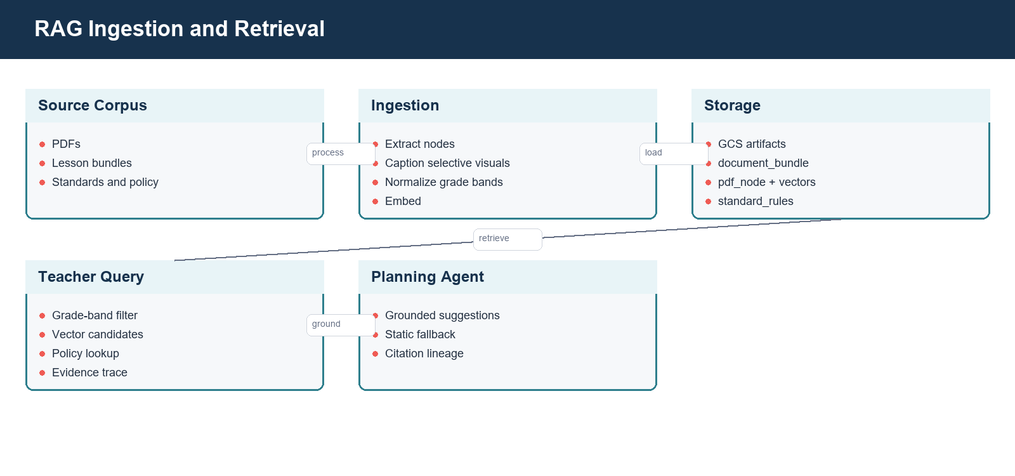
Above: docs/images/handoff/diagram-rag-ingestion-retrieval.png in yujia-l/BrickSmart (Mermaid), before the change. Its source is kept beside it as docs/images/handoff/diagram-rag-ingestion-retrieval.mmd.
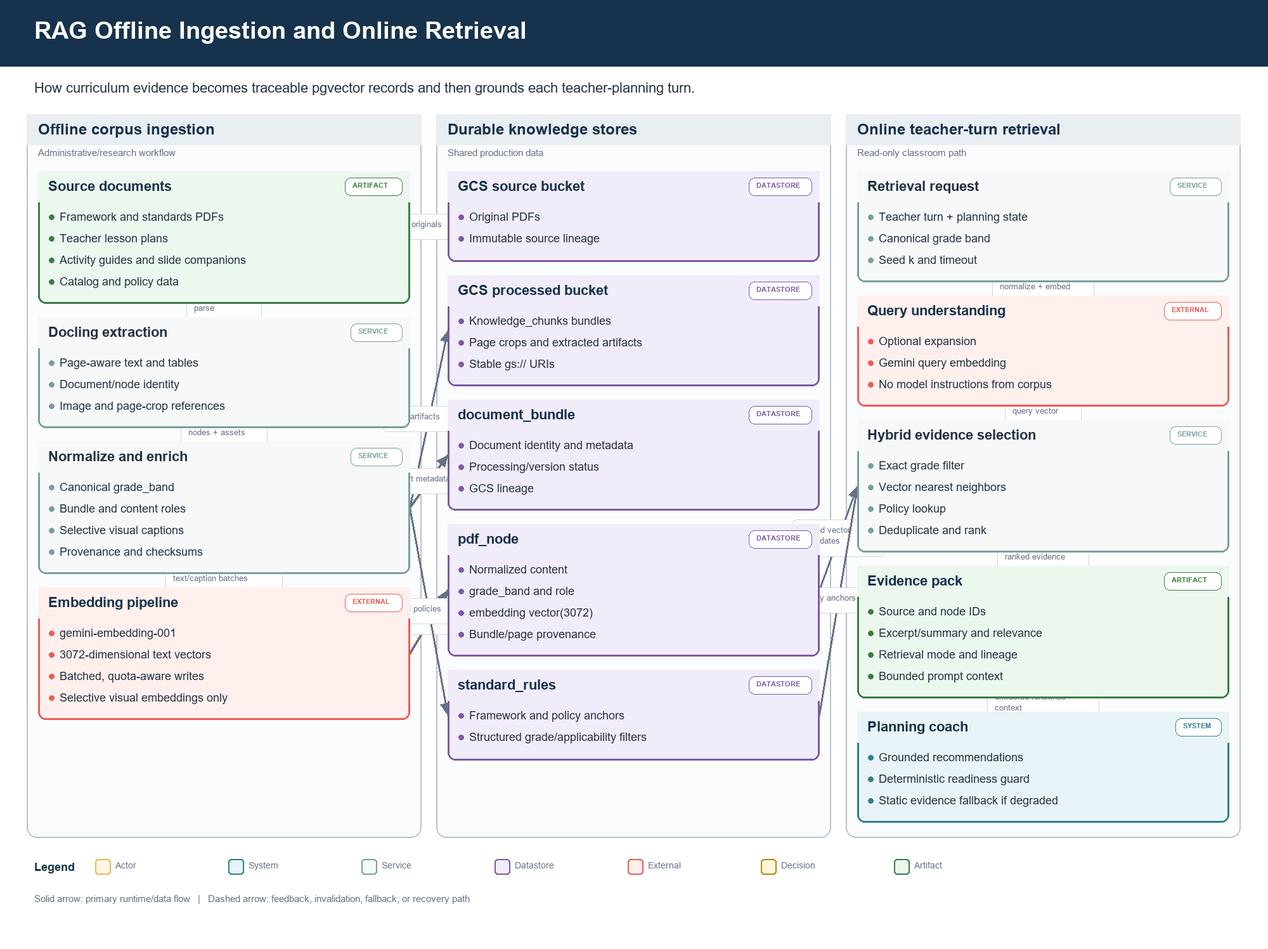
The same diagram one commit later.

The edit, as a diff of the source:
```diff
@@ -1,12 +1,45 @@
 flowchart LR
-  N0["Source Corpus<br/>PDFs<br/>Lesson bundles<br/>Standards and policy"]
-  N1["Ingestion<br/>Extract nodes<br/>Caption selective visuals<br/>Normalize grade bands<br/>Embed"]
-  N2["Storage<br/>GCS artifacts<br/>document_bundle<br/>pdf_node + vectors<br/>standard_rules"]
-  N3["Teacher Query<br/>Grade-band filter<br/>Vector candidates<br/>Policy lookup<br/>Evidence trace"]
-  N4["Planning Agent<br/>Grounded suggestions<br/>Static fallback<br/>Citation lineage"]
-  N0 -->|process| N1
-  N1 -->|load| N2
-  N2 -->|retrieve| N3
-  N3 -->|ground| N4
-  classDef primary fill:#E8F4F7,stroke:#2F7F8D,color:#17324D,stroke-width:2px;
-  class N0,N1,N2,N3,N4,N5 primary;
+  subgraph S0["Offline corpus ingestion - Administrative/research workflow"]
+    direction TB
+    sources["Source documents<br/>Framework and standards PDFs<br/>Teacher lesson plans<br/>Activity guides and slide companions<br/>Catalog and policy data"]:::artifact
+    extract["Docling extraction<br/>Page-aware text and tables<br/>Document/node identity<br/>Image and page-crop references"]:::service
+    enrich["Normalize and enrich<br/>Canonical grade_band<br/>Bundle and content roles<br/>Selective visual captions<br/>Provenance and checksums"]:::service
+    embed["Embedding pipeline<br/>gemini-embedding-001<br/>3072-dimensional text vectors<br/>Batched, quota-aware writes<br/>Selective visual embeddings only"]:::external
+  end
+  subgraph S1["Durable knowledge stores - Shared production data"]
+    direction TB
+    rawgcs["GCS source bucket<br/>Original PDFs<br/>Immutable source lineage"]:::datastore
+    processed["GCS processed bucket<br/>Knowledge_chunks bundles<br/>Page crops and extracted artifacts<br/>Stable gs:// URIs"]:::datastore
+    bundle["document_bundle<br/>Document identity and metadata<br/>Processing/version status<br/>GCS lineage"]:::datastore
+    nodes["pdf_node<br/>Normalized content<br/>grade_band and role<br/>embedding vector(3072)<br/>Bundle/page provenance"]:::datastore
+    rules["standard_rules<br/>Framework and policy anchors<br/>Structured grade/applicability filters"]:::datastore
+  end
+  subgraph S2["Online teacher-turn retrieval - Read-only classroom path"]
+    direction TB
+    query["Retrieval request<br/>Teacher turn + planning state<br/>Canonical grade band<br/>Seed k and timeout"]:::service
+    qembed["Query understanding<br/>Optional expansion<br/>Gemini query embedding<br/>No model instructions from corpus"]:::external
+    search["Hybrid evidence selection<br/>Exact grade filter<br/>Vector nearest neighbors<br/>Policy lookup<br/>Deduplicate and rank"]:::service
+    trace["Evidence pack<br/>Source and node IDs<br/>Excerpt/summary and relevance<br/>Retrieval mode and lineage<br/>Bounded prompt context"]:::artifact
+    coach["Planning coach<br/>Grounded recommendations<br/>Deterministic readiness guard<br/>Static evidence fallback if degraded"]:::system
+  end
+  sources -->|parse| extract
+  extract -->|nodes + assets| enrich
+  enrich -->|text/caption batches| embed
+  sources -->|store originals| rawgcs
+  enrich -->|write artifacts| processed
+  enrich -->|upsert metadata| bundle
+  embed -->|upsert vectors| nodes
+  enrich -->|load policies| rules
+  query -->|normalize + embed| qembed
+  qembed -->|query vector| search
+  nodes -->|filtered vector candidates| search
+  rules -->|policy anchors| search
+  search -->|ranked evidence| trace
+  trace -->|untrusted reference context| coach
+  classDef actor fill:#FFF7E3,stroke:#E8B84C,color:#17324D,stroke-width:2px;
+  classDef system fill:#E8F4F7,stroke:#2F7F8D,color:#17324D,stroke-width:2px;
+  classDef service fill:#F6F8FA,stroke:#7A9E9F,color:#243142,stroke-width:2px;
+  classDef datastore fill:#F1ECFA,stroke:#7C5AA6,color:#17324D,stroke-width:2px;
+  classDef external fill:#FFF0ED,stroke:#EF5B54,color:#17324D,stroke-width:2px;
+  classDef decision fill:#FFF8D8,stroke:#B88413,color:#17324D,stroke-width:2px;
+  classDef artifact fill:#ECF7EE,stroke:#3A7D44,color:#17324D,stroke-width:2px;
```
